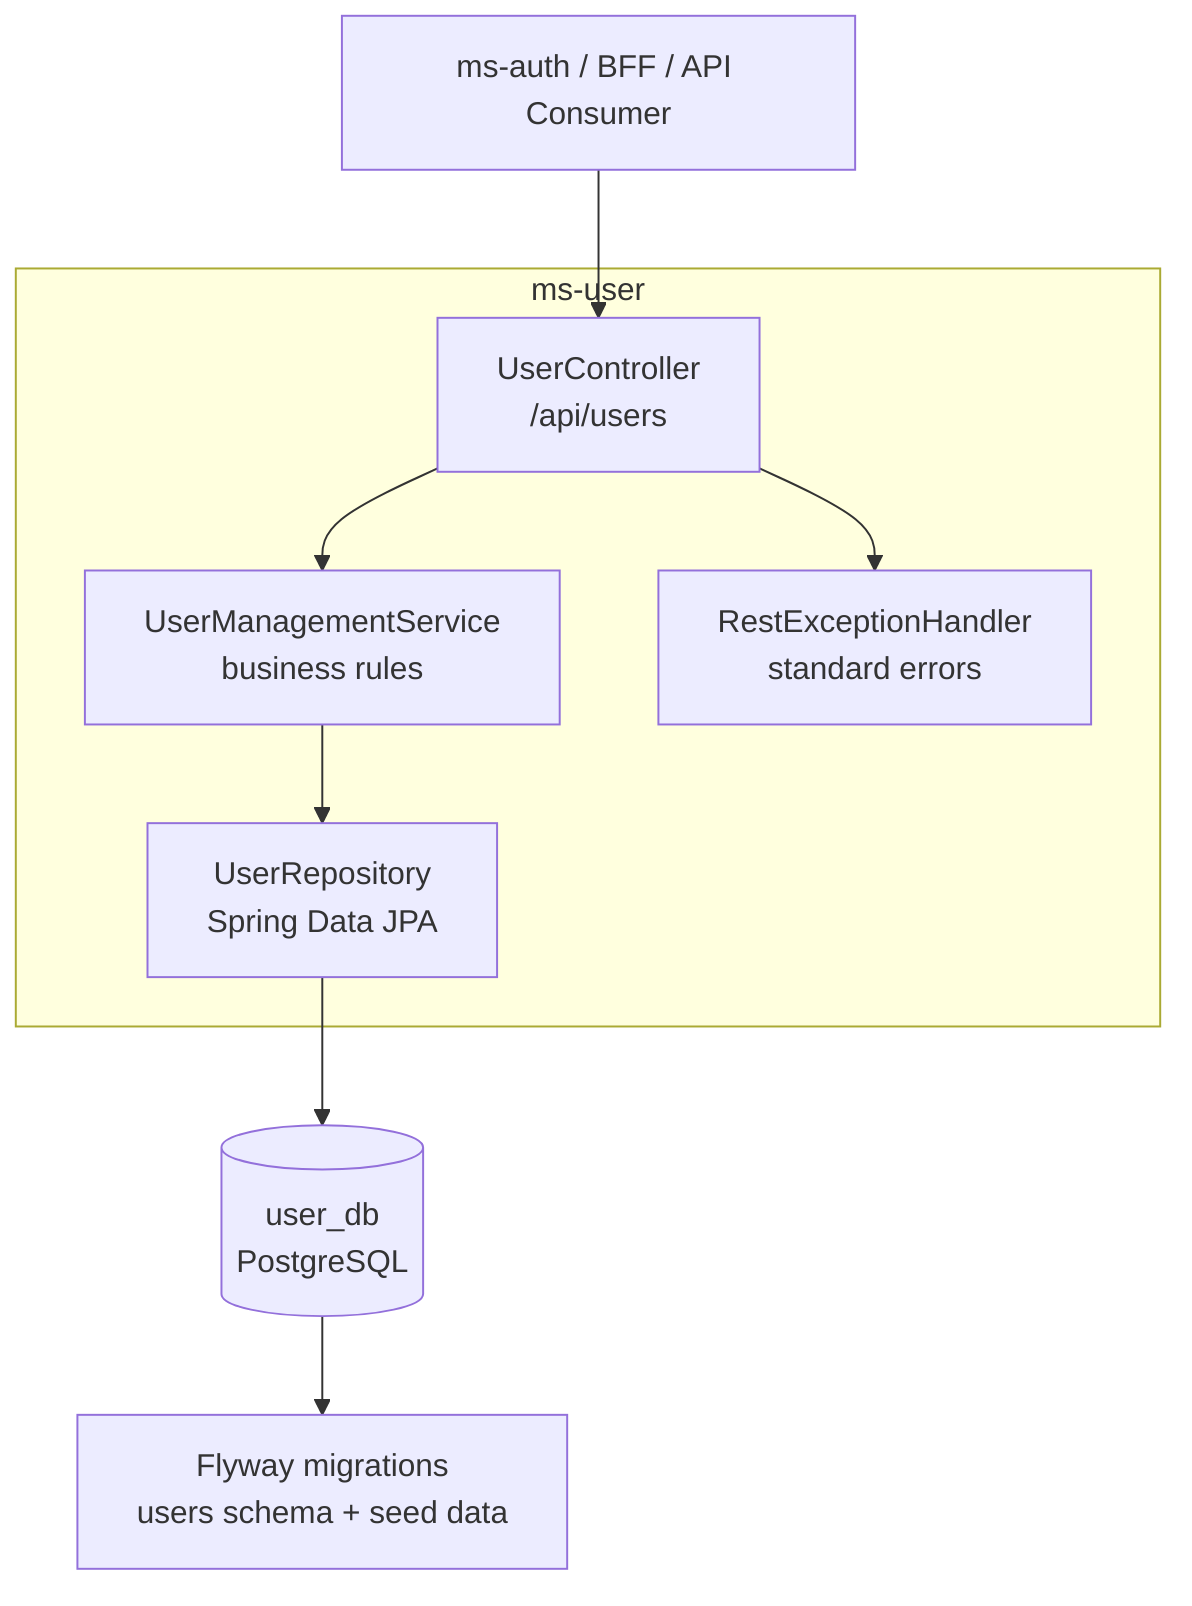
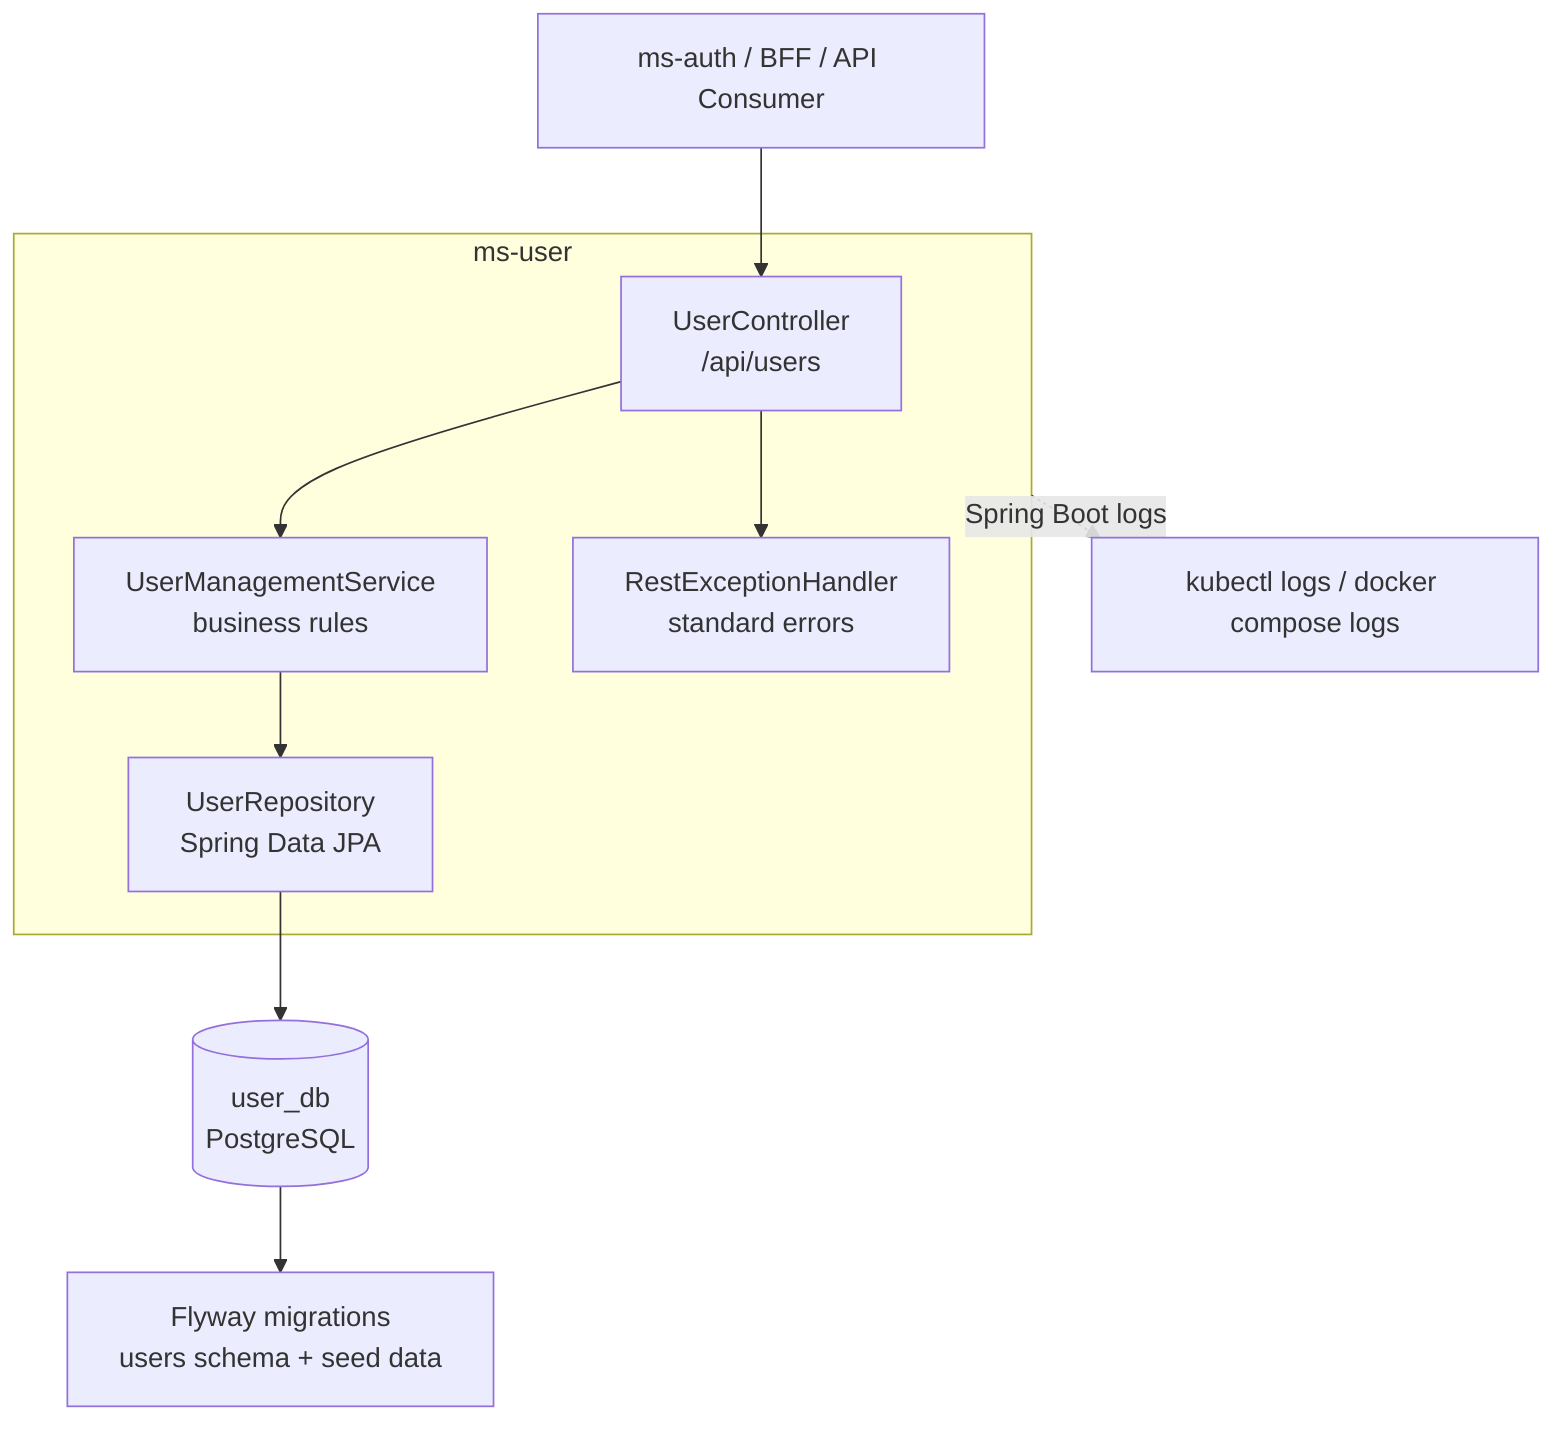
flowchart TB
  Client["ms-auth / BFF / API Consumer"] --> Controller["UserController\n/api/users"]

  subgraph UserService["ms-user"]
    Controller --> Service["UserManagementService\nbusiness rules"]
    Service --> Repository["UserRepository\nSpring Data JPA"]
    Controller --> Handler["RestExceptionHandler\nstandard errors"]
  end

  Repository --> UserDb[("user_db\nPostgreSQL")]
  UserDb --> Flyway["Flyway migrations\nusers schema + seed data"]
+   UserService -.->|"Spring Boot logs"| Logs["kubectl logs / docker compose logs"]
